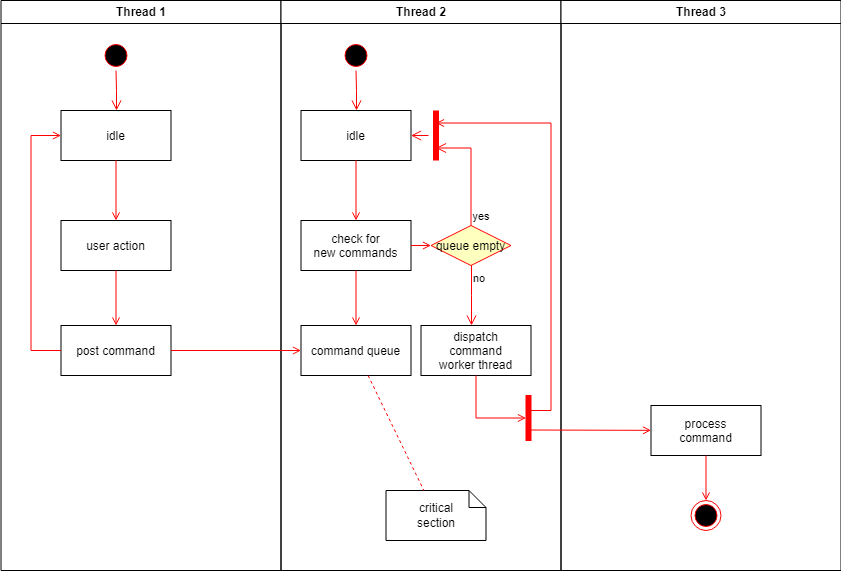
Above: img/Diagram Tanpa Judul.drawio.png in verxyzz/personal-portfolio (draw.io), before the change. Source tidied: cells renumbered, new cells last; positions are measured from the earlier drawing's top-left corner, leaving out a move shared by most shapes. Source of this version:
```xml
<mxGraphModel>
  <root>
    <mxCell id="0" />
    <mxCell id="1" parent="0" />
    <mxCell id="2" value="Thread 1" style="swimlane;whiteSpace=wrap;" parent="1" vertex="1">
      <mxGeometry x="0.5" width="280" height="570" as="geometry" />
    </mxCell>
    <mxCell id="3" style="ellipse;shape=startState;fillColor=#000000;strokeColor=#ff0000;" parent="2" vertex="1">
      <mxGeometry x="100" y="40" width="30" height="30" as="geometry" />
    </mxCell>
    <mxCell id="4" style="edgeStyle=elbowEdgeStyle;elbow=horizontal;verticalAlign=bottom;endArrow=open;endSize=8;strokeColor=#FF0000;endFill=1;rounded=0;" parent="2" edge="1" source="3" target="5">
      <mxGeometry x="100" y="40" as="geometry" />
    </mxCell>
    <mxCell id="5" value="idle" parent="2" vertex="1">
      <mxGeometry x="60" y="110" width="110" height="50" as="geometry" />
    </mxCell>
    <mxCell id="6" value="user action" parent="2" vertex="1">
      <mxGeometry x="60" y="220" width="110" height="50" as="geometry" />
    </mxCell>
    <mxCell id="7" style="endArrow=open;strokeColor=#FF0000;endFill=1;rounded=0;" parent="2" edge="1" source="5" target="6">
      <mxGeometry relative="1" as="geometry" />
    </mxCell>
    <mxCell id="8" value="post command" parent="2" vertex="1">
      <mxGeometry x="60" y="325" width="110" height="50" as="geometry" />
    </mxCell>
    <mxCell id="9" style="endArrow=open;strokeColor=#FF0000;endFill=1;rounded=0;" parent="2" edge="1" source="6" target="8">
      <mxGeometry relative="1" as="geometry" />
    </mxCell>
    <mxCell id="10" style="edgeStyle=elbowEdgeStyle;elbow=horizontal;strokeColor=#FF0000;endArrow=open;endFill=1;rounded=0;" parent="2" edge="1" source="8" target="5">
      <mxGeometry relative="1" as="geometry">
        <Array as="points">
          <mxPoint x="30" y="250" />
        </Array>
      </mxGeometry>
    </mxCell>
    <mxCell id="11" value="Thread 2" style="swimlane;whiteSpace=wrap;" parent="1" vertex="1">
      <mxGeometry x="280.5" width="280" height="570" as="geometry" />
    </mxCell>
    <mxCell id="12" style="ellipse;shape=startState;fillColor=#000000;strokeColor=#ff0000;" parent="11" vertex="1">
      <mxGeometry x="60" y="40" width="30" height="30" as="geometry" />
    </mxCell>
    <mxCell id="13" style="edgeStyle=elbowEdgeStyle;elbow=horizontal;verticalAlign=bottom;endArrow=open;endSize=8;strokeColor=#FF0000;endFill=1;rounded=0;" parent="11" edge="1" source="12" target="14">
      <mxGeometry x="40" y="20" as="geometry" />
    </mxCell>
    <mxCell id="14" value="idle" parent="11" vertex="1">
      <mxGeometry x="20" y="110" width="110" height="50" as="geometry" />
    </mxCell>
    <mxCell id="15" value="check for &#10;new commands" parent="11" vertex="1">
      <mxGeometry x="20" y="220" width="110" height="50" as="geometry" />
    </mxCell>
    <mxCell id="16" style="endArrow=open;strokeColor=#FF0000;endFill=1;rounded=0;" parent="11" edge="1" source="14" target="15">
      <mxGeometry relative="1" as="geometry" />
    </mxCell>
    <mxCell id="17" value="command queue" parent="11" vertex="1">
      <mxGeometry x="20" y="325" width="110" height="50" as="geometry" />
    </mxCell>
    <mxCell id="18" style="endArrow=open;strokeColor=#FF0000;endFill=1;rounded=0;" parent="11" edge="1" source="15" target="17">
      <mxGeometry relative="1" as="geometry" />
    </mxCell>
    <mxCell id="19" value="queue empty" style="rhombus;fillColor=#ffffc0;strokeColor=#ff0000;" parent="11" vertex="1">
      <mxGeometry x="150" y="225" width="80" height="40" as="geometry" />
    </mxCell>
    <mxCell id="20" value="yes" style="edgeStyle=elbowEdgeStyle;elbow=horizontal;align=left;verticalAlign=bottom;endArrow=open;endSize=8;strokeColor=#FF0000;exitX=0.5;exitY=0;endFill=1;rounded=0;entryX=0.75;entryY=0.5;entryPerimeter=0;" parent="11" edge="1" source="19" target="23">
      <mxGeometry x="-1" relative="1" as="geometry">
        <Array as="points">
          <mxPoint x="190" y="180" />
        </Array>
      </mxGeometry>
    </mxCell>
    <mxCell id="21" value="no" style="edgeStyle=elbowEdgeStyle;elbow=horizontal;align=left;verticalAlign=top;endArrow=open;endSize=8;strokeColor=#FF0000;endFill=1;rounded=0;" parent="11" edge="1" source="19" target="25">
      <mxGeometry x="-1" relative="1" as="geometry" />
    </mxCell>
    <mxCell id="22" style="endArrow=open;strokeColor=#FF0000;endFill=1;rounded=0;" parent="11" edge="1" source="15" target="19">
      <mxGeometry relative="1" as="geometry" />
    </mxCell>
    <mxCell id="23" style="shape=line;strokeWidth=6;strokeColor=#ff0000;rotation=90;" parent="11" vertex="1">
      <mxGeometry x="130" y="127.5" width="50" height="15" as="geometry" />
    </mxCell>
    <mxCell id="24" style="edgeStyle=elbowEdgeStyle;elbow=horizontal;verticalAlign=bottom;endArrow=open;endSize=8;strokeColor=#FF0000;endFill=1;rounded=0;" parent="11" edge="1" source="23" target="14">
      <mxGeometry x="130" y="90" as="geometry" />
    </mxCell>
    <mxCell id="25" value="dispatch&#10;command&#10;worker thread" parent="11" vertex="1">
      <mxGeometry x="140" y="325" width="110" height="50" as="geometry" />
    </mxCell>
    <mxCell id="26" value="critical&#10;section" style="shape=note;whiteSpace=wrap;size=17;" parent="11" vertex="1">
      <mxGeometry x="105" y="490" width="100" height="50" as="geometry" />
    </mxCell>
    <mxCell id="27" style="endArrow=none;strokeColor=#FF0000;endFill=0;rounded=0;dashed=1;" parent="11" edge="1" source="17" target="26">
      <mxGeometry relative="1" as="geometry" />
    </mxCell>
    <mxCell id="28" style="whiteSpace=wrap;strokeColor=#FF0000;fillColor=#FF0000;" parent="11" vertex="1">
      <mxGeometry x="245" y="395" width="5" height="45" as="geometry" />
    </mxCell>
    <mxCell id="29" style="edgeStyle=elbowEdgeStyle;elbow=horizontal;entryX=0;entryY=0.5;strokeColor=#FF0000;endArrow=open;endFill=1;rounded=0;" parent="11" edge="1" source="25" target="28">
      <mxGeometry relative="1" as="geometry">
        <Array as="points">
          <mxPoint x="195" y="400" />
        </Array>
      </mxGeometry>
    </mxCell>
    <mxCell id="30" value="Thread 3" style="swimlane;whiteSpace=wrap;" parent="1" vertex="1">
      <mxGeometry x="560.5" width="280" height="570" as="geometry" />
    </mxCell>
    <mxCell id="31" value="process&#10;command" parent="30" vertex="1">
      <mxGeometry x="90" y="405" width="110" height="50" as="geometry" />
    </mxCell>
    <mxCell id="32" style="edgeStyle=elbowEdgeStyle;elbow=horizontal;strokeColor=#FF0000;endArrow=open;endFill=1;rounded=0;entryX=0.25;entryY=0.5;entryPerimeter=0;" parent="30" edge="1" target="23">
      <mxGeometry relative="1" as="geometry">
        <mxPoint x="-30" y="410" as="sourcePoint" />
        <Array as="points">
          <mxPoint x="-10" y="135" />
        </Array>
      </mxGeometry>
    </mxCell>
    <mxCell id="33" style="edgeStyle=none;strokeColor=#FF0000;endArrow=open;endFill=1;rounded=0;" parent="30" edge="1" target="31">
      <mxGeometry relative="1" as="geometry">
        <mxPoint x="-30" y="429.5" as="sourcePoint" />
      </mxGeometry>
    </mxCell>
    <mxCell id="34" style="ellipse;shape=endState;fillColor=#000000;strokeColor=#ff0000;" parent="30" vertex="1">
      <mxGeometry x="130" y="500" width="30" height="30" as="geometry" />
    </mxCell>
    <mxCell id="35" style="endArrow=open;strokeColor=#FF0000;endFill=1;rounded=0;" parent="30" edge="1" source="31" target="34">
      <mxGeometry relative="1" as="geometry" />
    </mxCell>
    <mxCell id="36" style="endArrow=open;strokeColor=#FF0000;endFill=1;rounded=0;" parent="1" edge="1" source="8" target="17">
      <mxGeometry relative="1" as="geometry" />
    </mxCell>
  </root>
</mxGraphModel>
```
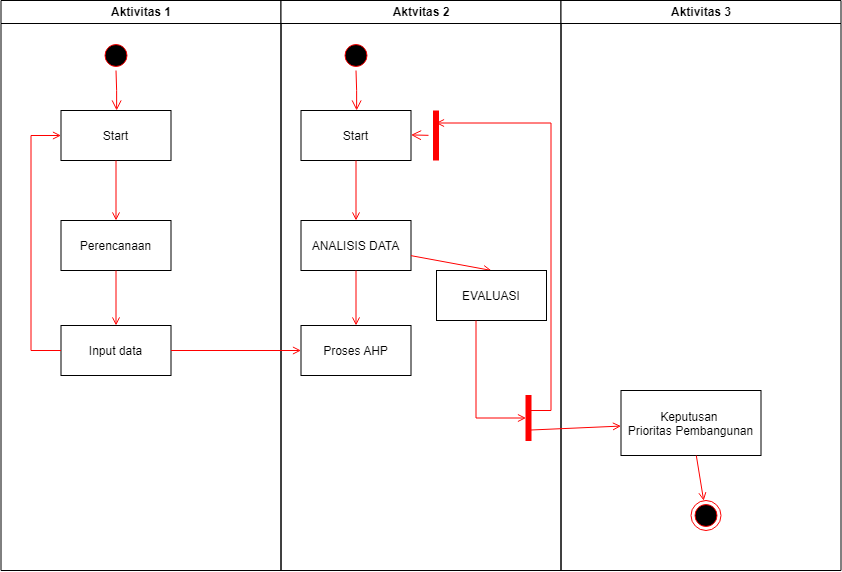
After the change.

The edit, as a diff of the source:
```diff
@@ -2,7 +2,7 @@
   <root>
     <mxCell id="0" />
     <mxCell id="1" parent="0" />
-    <mxCell id="2" value="Thread 1" style="swimlane;whiteSpace=wrap;" parent="1" vertex="1">
+    <mxCell id="2" value="Aktivitas 1" style="swimlane;whiteSpace=wrap;" parent="1" vertex="1">
       <mxGeometry x="0.5" width="280" height="570" as="geometry" />
     </mxCell>
     <mxCell id="3" style="ellipse;shape=startState;fillColor=#000000;strokeColor=#ff0000;" parent="2" vertex="1">
@@ -11,16 +11,16 @@
     <mxCell id="4" style="edgeStyle=elbowEdgeStyle;elbow=horizontal;verticalAlign=bottom;endArrow=open;endSize=8;strokeColor=#FF0000;endFill=1;rounded=0;" parent="2" edge="1" source="3" target="5">
       <mxGeometry x="100" y="40" as="geometry" />
     </mxCell>
-    <mxCell id="5" value="idle" parent="2" vertex="1">
+    <mxCell id="5" value="Start" parent="2" vertex="1">
       <mxGeometry x="60" y="110" width="110" height="50" as="geometry" />
     </mxCell>
-    <mxCell id="6" value="user action" parent="2" vertex="1">
+    <mxCell id="6" value="Perencanaan" parent="2" vertex="1">
       <mxGeometry x="60" y="220" width="110" height="50" as="geometry" />
     </mxCell>
     <mxCell id="7" style="endArrow=open;strokeColor=#FF0000;endFill=1;rounded=0;" parent="2" edge="1" source="5" target="6">
       <mxGeometry relative="1" as="geometry" />
     </mxCell>
-    <mxCell id="8" value="post command" parent="2" vertex="1">
+    <mxCell id="8" value="Input data" parent="2" vertex="1">
       <mxGeometry x="60" y="325" width="110" height="50" as="geometry" />
     </mxCell>
     <mxCell id="9" style="endArrow=open;strokeColor=#FF0000;endFill=1;rounded=0;" parent="2" edge="1" source="6" target="8">
@@ -33,7 +33,7 @@
         </Array>
       </mxGeometry>
     </mxCell>
-    <mxCell id="11" value="Thread 2" style="swimlane;whiteSpace=wrap;" parent="1" vertex="1">
+    <mxCell id="11" value="Aktvitas 2" style="swimlane;whiteSpace=wrap;" parent="1" vertex="1">
       <mxGeometry x="280.5" width="280" height="570" as="geometry" />
     </mxCell>
     <mxCell id="12" style="ellipse;shape=startState;fillColor=#000000;strokeColor=#ff0000;" parent="11" vertex="1">
@@ -42,35 +42,22 @@
     <mxCell id="13" style="edgeStyle=elbowEdgeStyle;elbow=horizontal;verticalAlign=bottom;endArrow=open;endSize=8;strokeColor=#FF0000;endFill=1;rounded=0;" parent="11" edge="1" source="12" target="14">
       <mxGeometry x="40" y="20" as="geometry" />
     </mxCell>
-    <mxCell id="14" value="idle" parent="11" vertex="1">
+    <mxCell id="14" value="Start" parent="11" vertex="1">
       <mxGeometry x="20" y="110" width="110" height="50" as="geometry" />
     </mxCell>
-    <mxCell id="15" value="check for &#10;new commands" parent="11" vertex="1">
+    <mxCell id="15" value="ANALISIS DATA" parent="11" vertex="1">
       <mxGeometry x="20" y="220" width="110" height="50" as="geometry" />
     </mxCell>
     <mxCell id="16" style="endArrow=open;strokeColor=#FF0000;endFill=1;rounded=0;" parent="11" edge="1" source="14" target="15">
       <mxGeometry relative="1" as="geometry" />
     </mxCell>
-    <mxCell id="17" value="command queue" parent="11" vertex="1">
+    <mxCell id="17" value="Proses AHP" parent="11" vertex="1">
       <mxGeometry x="20" y="325" width="110" height="50" as="geometry" />
     </mxCell>
     <mxCell id="18" style="endArrow=open;strokeColor=#FF0000;endFill=1;rounded=0;" parent="11" edge="1" source="15" target="17">
       <mxGeometry relative="1" as="geometry" />
     </mxCell>
-    <mxCell id="19" value="queue empty" style="rhombus;fillColor=#ffffc0;strokeColor=#ff0000;" parent="11" vertex="1">
-      <mxGeometry x="150" y="225" width="80" height="40" as="geometry" />
-    </mxCell>
-    <mxCell id="20" value="yes" style="edgeStyle=elbowEdgeStyle;elbow=horizontal;align=left;verticalAlign=bottom;endArrow=open;endSize=8;strokeColor=#FF0000;exitX=0.5;exitY=0;endFill=1;rounded=0;entryX=0.75;entryY=0.5;entryPerimeter=0;" parent="11" edge="1" source="19" target="23">
-      <mxGeometry x="-1" relative="1" as="geometry">
-        <Array as="points">
-          <mxPoint x="190" y="180" />
-        </Array>
-      </mxGeometry>
-    </mxCell>
-    <mxCell id="21" value="no" style="edgeStyle=elbowEdgeStyle;elbow=horizontal;align=left;verticalAlign=top;endArrow=open;endSize=8;strokeColor=#FF0000;endFill=1;rounded=0;" parent="11" edge="1" source="19" target="25">
-      <mxGeometry x="-1" relative="1" as="geometry" />
-    </mxCell>
-    <mxCell id="22" style="endArrow=open;strokeColor=#FF0000;endFill=1;rounded=0;" parent="11" edge="1" source="15" target="19">
+    <mxCell id="22" style="endArrow=open;strokeColor=#FF0000;endFill=1;rounded=0;entryX=0.5;entryY=0;entryDx=0;entryDy=0;" parent="11" edge="1" source="15" target="25">
       <mxGeometry relative="1" as="geometry" />
     </mxCell>
     <mxCell id="23" style="shape=line;strokeWidth=6;strokeColor=#ff0000;rotation=90;" parent="11" vertex="1">
@@ -79,15 +66,9 @@
     <mxCell id="24" style="edgeStyle=elbowEdgeStyle;elbow=horizontal;verticalAlign=bottom;endArrow=open;endSize=8;strokeColor=#FF0000;endFill=1;rounded=0;" parent="11" edge="1" source="23" target="14">
       <mxGeometry x="130" y="90" as="geometry" />
     </mxCell>
-    <mxCell id="25" value="dispatch&#10;command&#10;worker thread" parent="11" vertex="1">
-      <mxGeometry x="140" y="325" width="110" height="50" as="geometry" />
+    <mxCell id="25" value="EVALUASI" parent="11" vertex="1">
+      <mxGeometry x="155.5" y="270" width="110" height="50" as="geometry" />
     </mxCell>
-    <mxCell id="26" value="critical&#10;section" style="shape=note;whiteSpace=wrap;size=17;" parent="11" vertex="1">
-      <mxGeometry x="105" y="490" width="100" height="50" as="geometry" />
-    </mxCell>
-    <mxCell id="27" style="endArrow=none;strokeColor=#FF0000;endFill=0;rounded=0;dashed=1;" parent="11" edge="1" source="17" target="26">
-      <mxGeometry relative="1" as="geometry" />
-    </mxCell>
     <mxCell id="28" style="whiteSpace=wrap;strokeColor=#FF0000;fillColor=#FF0000;" parent="11" vertex="1">
       <mxGeometry x="245" y="395" width="5" height="45" as="geometry" />
     </mxCell>
@@ -98,11 +79,11 @@
         </Array>
       </mxGeometry>
     </mxCell>
-    <mxCell id="30" value="Thread 3" style="swimlane;whiteSpace=wrap;" parent="1" vertex="1">
+    <mxCell id="30" value="Aktivitas 3" style="swimlane;whiteSpace=wrap;" parent="1" vertex="1">
       <mxGeometry x="560.5" width="280" height="570" as="geometry" />
     </mxCell>
-    <mxCell id="31" value="process&#10;command" parent="30" vertex="1">
-      <mxGeometry x="90" y="405" width="110" height="50" as="geometry" />
+    <mxCell id="31" value="Keputusan &#10;Prioritas Pembangunan" parent="30" vertex="1">
+      <mxGeometry x="60" y="390" width="140" height="65" as="geometry" />
     </mxCell>
     <mxCell id="32" style="edgeStyle=elbowEdgeStyle;elbow=horizontal;strokeColor=#FF0000;endArrow=open;endFill=1;rounded=0;entryX=0.25;entryY=0.5;entryPerimeter=0;" parent="30" edge="1" target="23">
       <mxGeometry relative="1" as="geometry">
```
